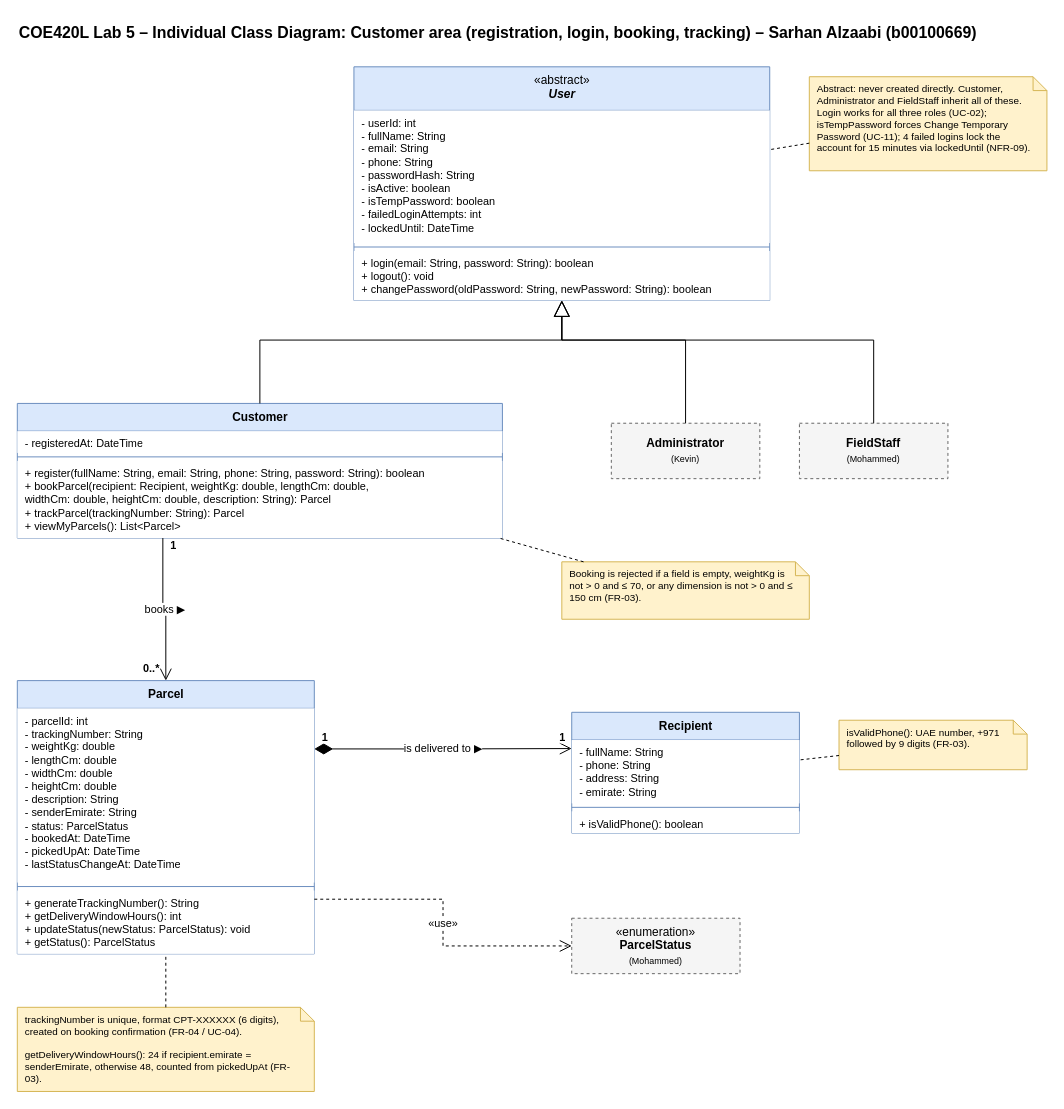
Above: Project/Object_Modeling/Individual_Models/Sarhan_Alzaabi_Customer_Class_Diagram.drawio in COE420-Team10-F26/Courier_parcel_tracking_system (draw.io), before the change. Source tidied: cells renumbered, new cells numbered last; positions are measured from the earlier drawing's top-left corner, leaving out a move shared by most shapes. Both pictures are drawn from the tidied source at 99%, with x=0, y=0 at pixel (17, 17).
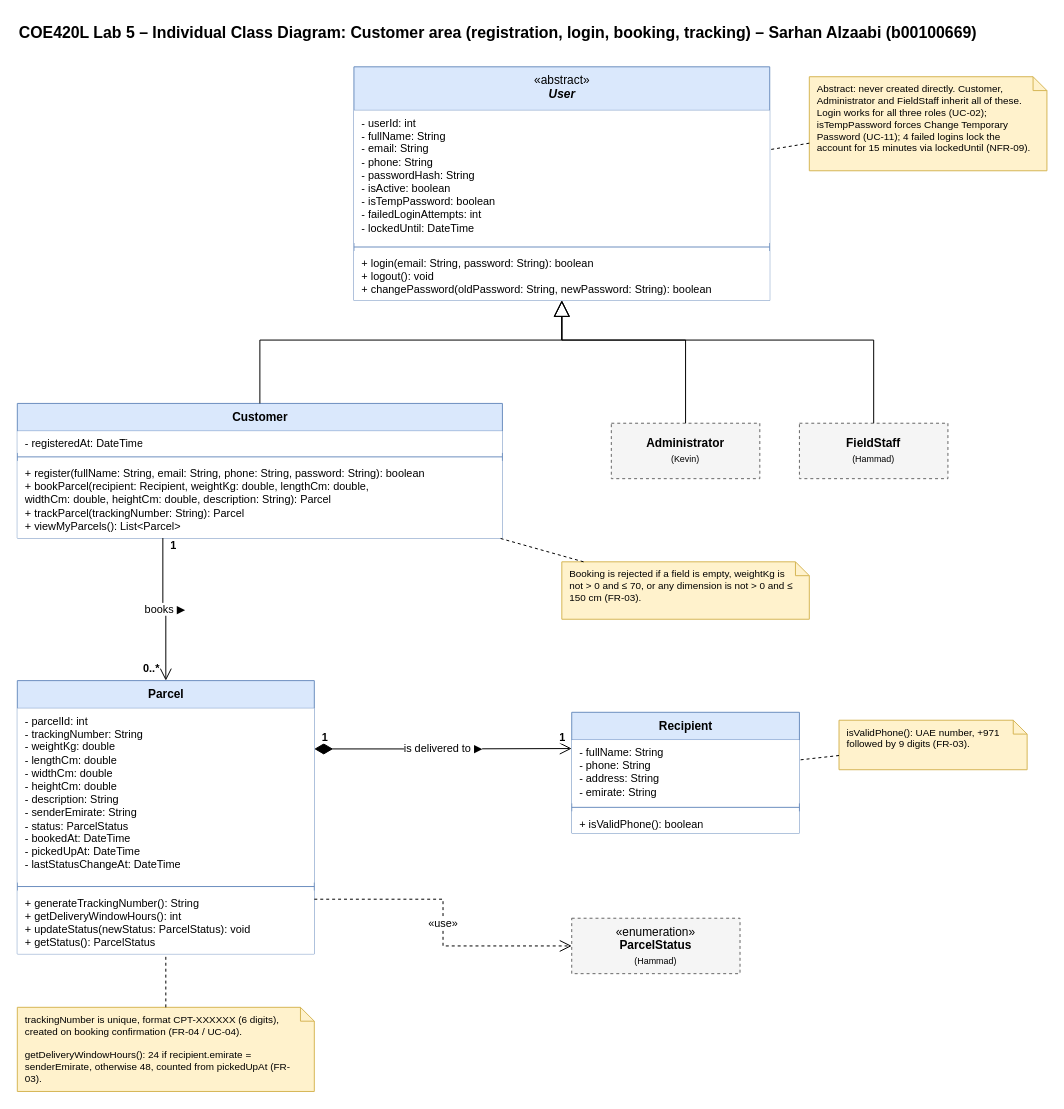
The same diagram, later.

The edit, as a diff of the source:
```diff
@@
-    <mxCell id="12" value="&lt;b&gt;FieldStaff&lt;/b&gt;&lt;br&gt;&lt;font style=&quot;font-size:9px&quot;&gt;(Mohammed)&lt;/font&gt;" style="rounded=0;whiteSpace=wrap;html=1;fillColor=#f5f5f5;strokeColor=#666666;dashed=1;fontSize=12;" parent="1" vertex="1">
+    <mxCell id="12" value="&lt;b&gt;FieldStaff&lt;/b&gt;&lt;br&gt;&lt;font style=&quot;font-size:9px&quot;&gt;(Hammad)&lt;/font&gt;" style="rounded=0;whiteSpace=wrap;html=1;fillColor=#f5f5f5;strokeColor=#666666;dashed=1;fontSize=12;" parent="1" vertex="1">
       <mxGeometry x="790" y="410" width="150" height="56" as="geometry" />
     </mxCell>
@@
-    <mxCell id="21" value="&amp;laquo;enumeration&amp;raquo;&lt;br&gt;&lt;b&gt;ParcelStatus&lt;/b&gt;&lt;br&gt;&lt;font style=&quot;font-size:9px&quot;&gt;(Mohammed)&lt;/font&gt;" style="rounded=0;whiteSpace=wrap;html=1;fillColor=#f5f5f5;strokeColor=#666666;dashed=1;fontSize=12;" parent="1" vertex="1">
+    <mxCell id="21" value="&amp;laquo;enumeration&amp;raquo;&lt;br&gt;&lt;b&gt;ParcelStatus&lt;/b&gt;&lt;br&gt;&lt;font style=&quot;font-size:9px&quot;&gt;(Hammad)&lt;/font&gt;" style="rounded=0;whiteSpace=wrap;html=1;fillColor=#f5f5f5;strokeColor=#666666;dashed=1;fontSize=12;" parent="1" vertex="1">
       <mxGeometry x="560" y="910" width="170" height="56" as="geometry" />
     </mxCell>
```
